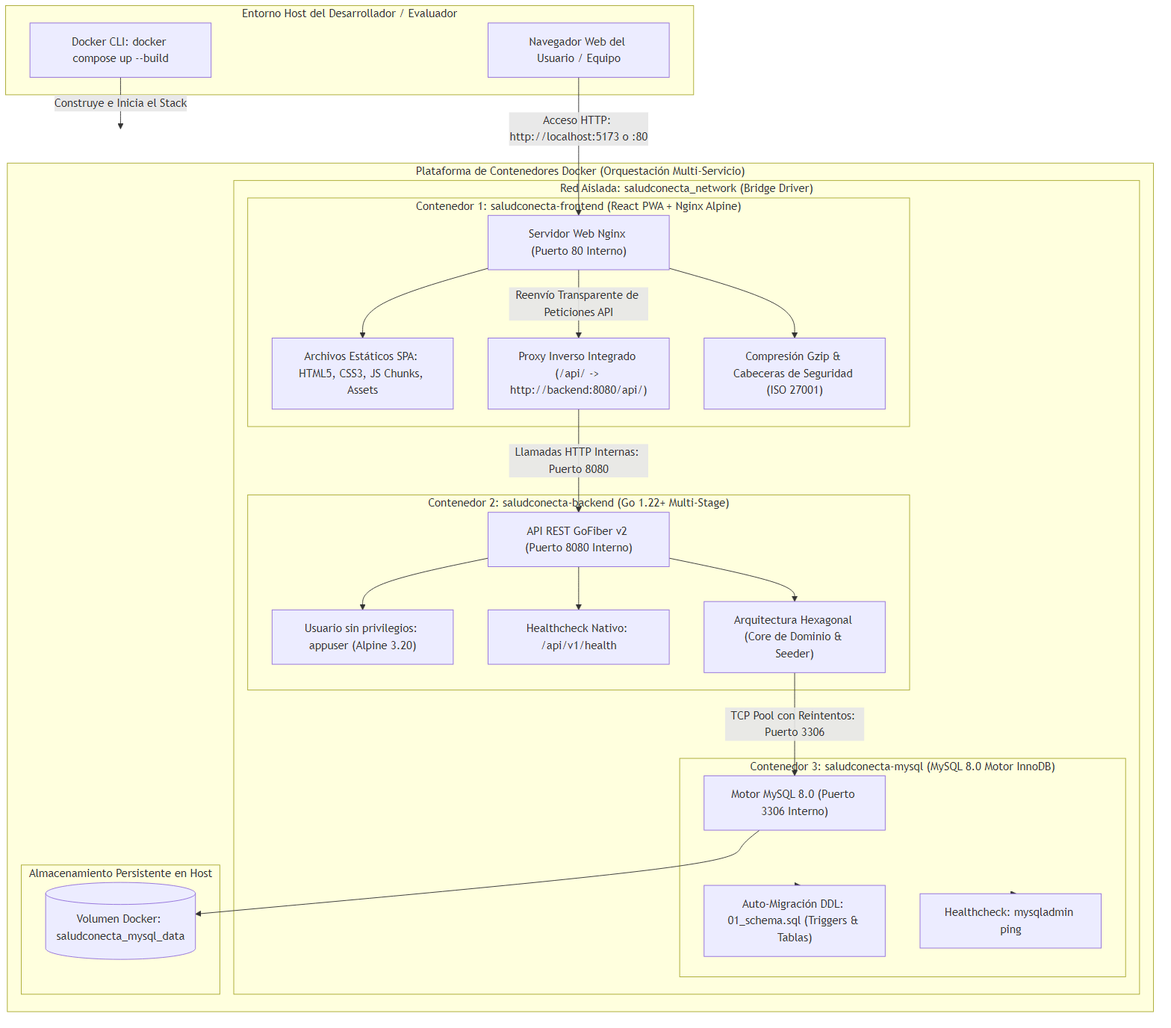
Above: docs/diagrams/11_arquitectura_contenedores_docker.png in ThiagoVelez/Proyecto_felipe (Mermaid), before the change. Its source is kept beside it as docs/diagrams/11_arquitectura_contenedores_docker.mmd.
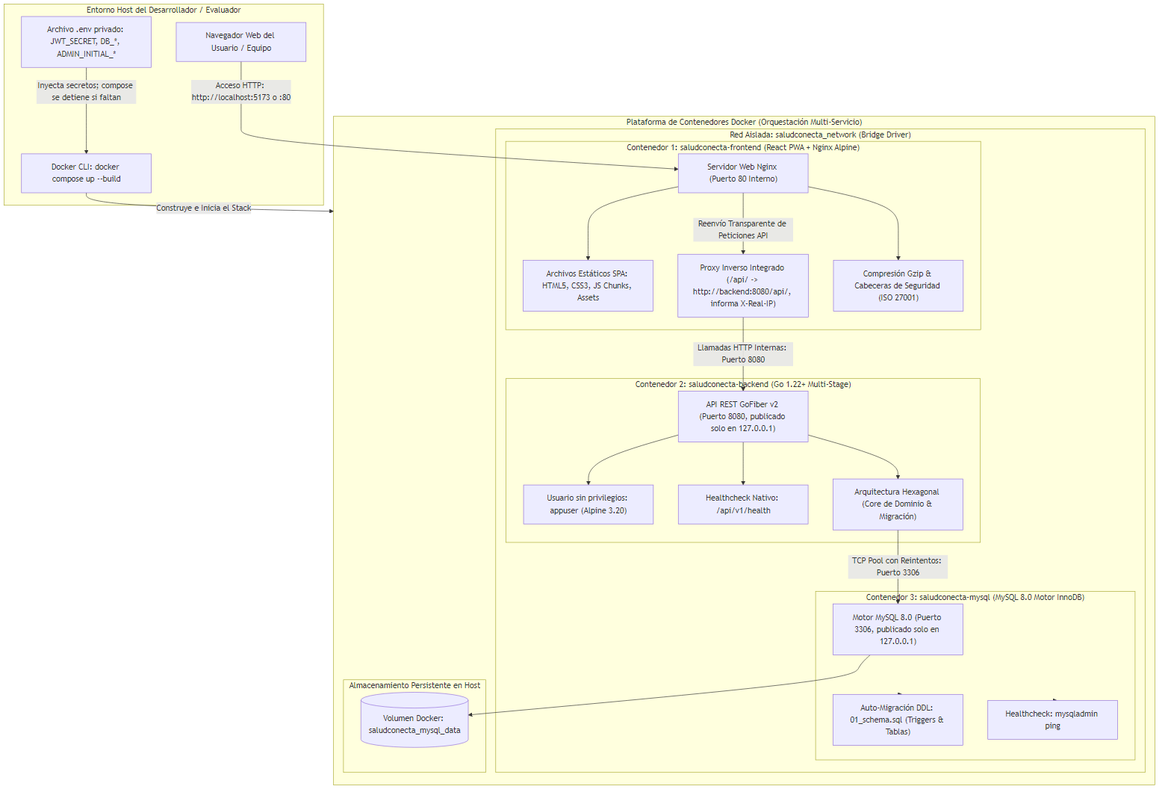
The same diagram one commit later.

Change to the diagram source:
```diff
@@ -1,6 +1,7 @@
 flowchart TB
     subgraph HostEnvironment ["Entorno Host del Desarrollador / Evaluador"]
         Developer["Navegador Web del Usuario / Equipo"]
+        EnvFile["Archivo .env privado: JWT_SECRET, DB_*, ADMIN_INITIAL_*"]
         DockerCLI["Docker CLI: docker compose up --build"]
     end
 
@@ -10,19 +11,19 @@
             subgraph FrontContainer ["Contenedor 1: saludconecta-frontend (React PWA + Nginx Alpine)"]
                 NginxSrv["Servidor Web Nginx (Puerto 80 Interno)"]
                 StaticFiles["Archivos Estáticos SPA: HTML5, CSS3, JS Chunks, Assets"]
-                ReverseProxy["Proxy Inverso Integrado (/api/ -> http://backend:8080/api/)"]
+                ReverseProxy["Proxy Inverso Integrado (/api/ -> http://backend:8080/api/, informa X-Real-IP)"]
                 GzipEngine["Compresión Gzip & Cabeceras de Seguridad (ISO 27001)"]
             end
 
             subgraph BackContainer ["Contenedor 2: saludconecta-backend (Go 1.22+ Multi-Stage)"]
-                GoFiberAPI["API REST GoFiber v2 (Puerto 8080 Interno)"]
+                GoFiberAPI["API REST GoFiber v2 (Puerto 8080, publicado solo en 127.0.0.1)"]
                 AppUser["Usuario sin privilegios: appuser (Alpine 3.20)"]
                 HealthProbe["Healthcheck Nativo: /api/v1/health"]
-                HexEngine["Arquitectura Hexagonal (Core de Dominio & Seeder)"]
+                HexEngine["Arquitectura Hexagonal (Core de Dominio & Migración)"]
             end
 
             subgraph DBContainer ["Contenedor 3: saludconecta-mysql (MySQL 8.0 Motor InnoDB)"]
-                MySQLCore["Motor MySQL 8.0 (Puerto 3306 Interno)"]
+                MySQLCore["Motor MySQL 8.0 (Puerto 3306, publicado solo en 127.0.0.1)"]
                 SchemaInit["Auto-Migración DDL: 01_schema.sql (Triggers & Tablas)"]
                 MySQLHealth["Healthcheck: mysqladmin ping"]
             end
@@ -35,6 +36,7 @@
     end
 
     Developer -->|Acceso HTTP: http://localhost:5173 o :80| NginxSrv
+    EnvFile -->|Inyecta secretos; compose se detiene si faltan| DockerCLI
     DockerCLI -->|Construye e Inicia el Stack| DockerPlatform
 
     NginxSrv --> StaticFiles
```
